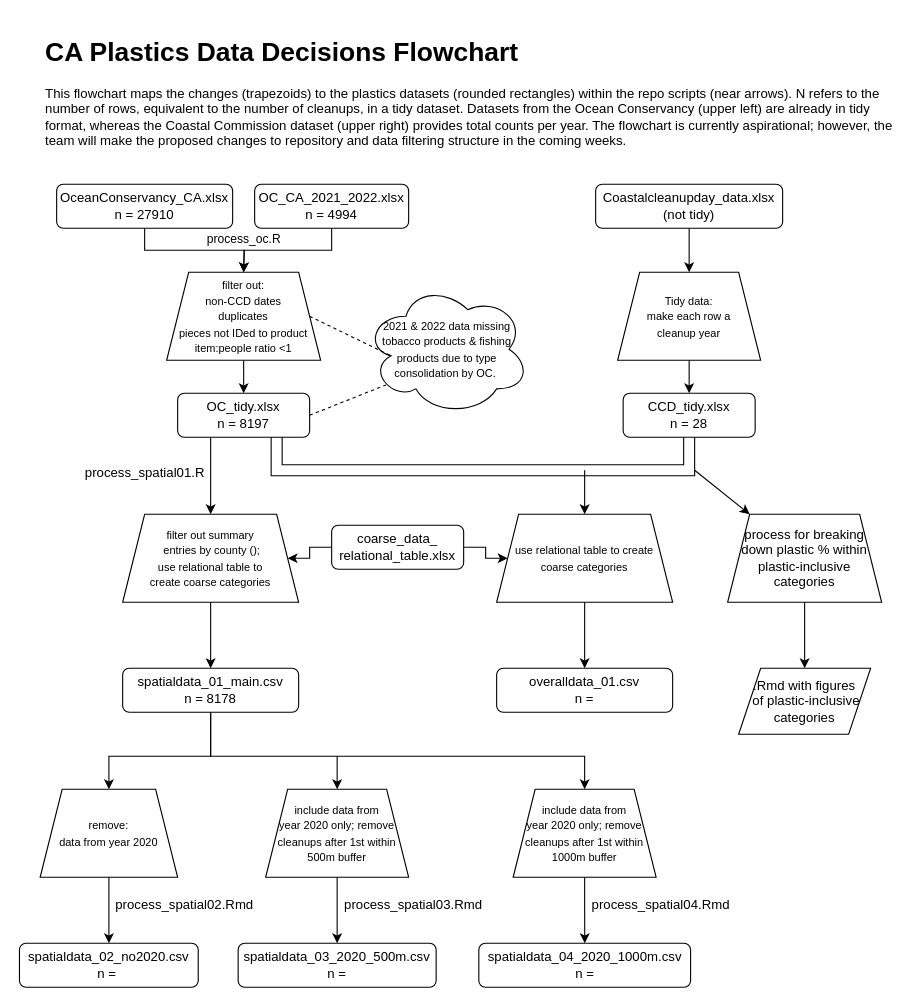
Above: figures/Untitled Diagram.drawio in cclatterbuck/CAplastics (draw.io), before the change. Source tidied: cells renumbered, new cells numbered last; positions are measured from the earlier drawing's top-left corner, leaving out a move shared by most shapes. Both pictures are drawn from the tidied source at 110%, with x=0, y=0 at pixel (19, 30).
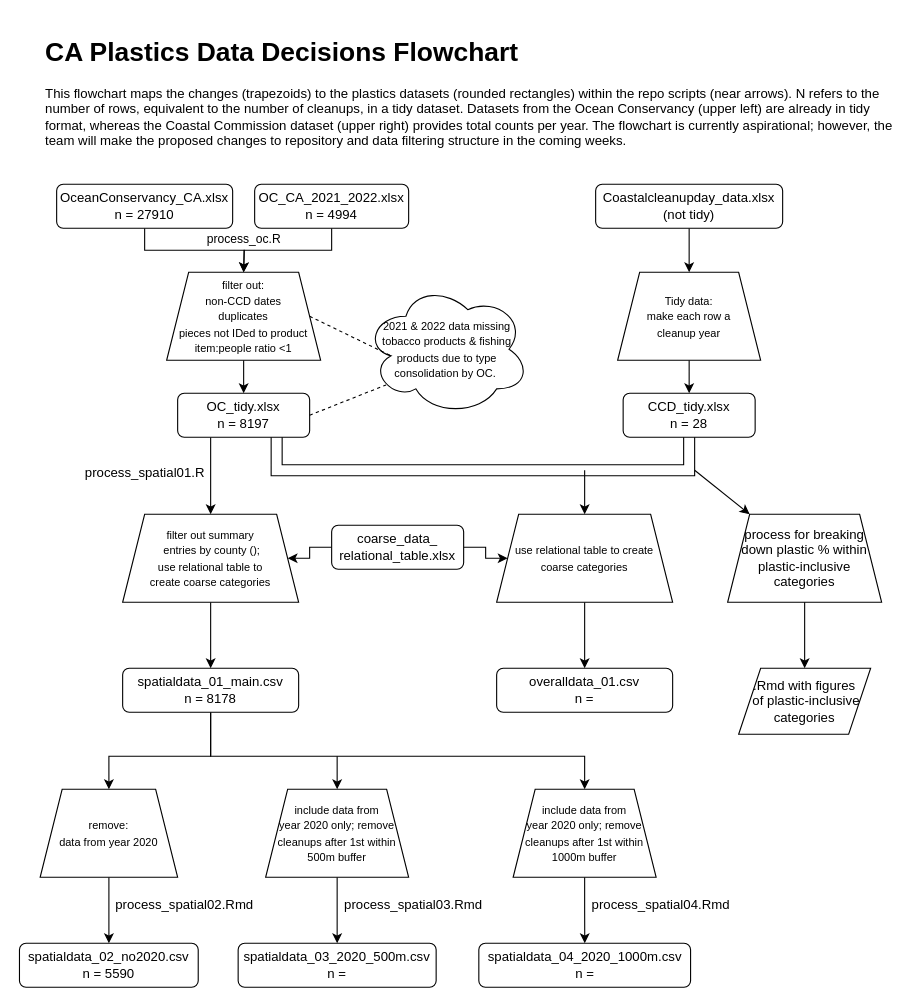
Above is the later version.

The edit, as a diff of the source:
```diff
@@
-    <mxCell id="27" value="spatialdata_02_no2020.csv&lt;br&gt;n =&amp;nbsp;" style="rounded=1;whiteSpace=wrap;html=1;" parent="1" vertex="1">
+    <mxCell id="27" value="spatialdata_02_no2020.csv&lt;br&gt;n = 5590" style="rounded=1;whiteSpace=wrap;html=1;" parent="1" vertex="1">
       <mxGeometry x="0.2" y="830" width="162.5" height="40" as="geometry" />
     </mxCell>
```
